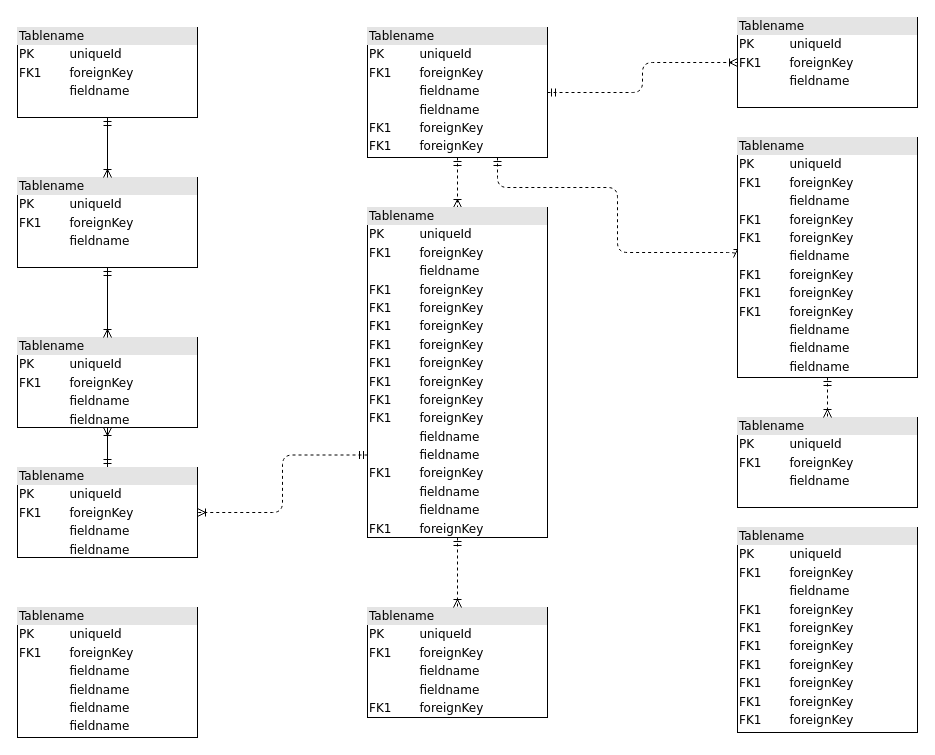
The draw.io diagram design/dbdesign.drawio in noginpavlo/julia, before the edit. Source tidied: cells renumbered, new cells numbered last; positions are measured from the earlier drawing's top-left corner, leaving out a move shared by most shapes. Both pictures are drawn from the tidied source at 100%, with x=0, y=0 at pixel (17, 17).
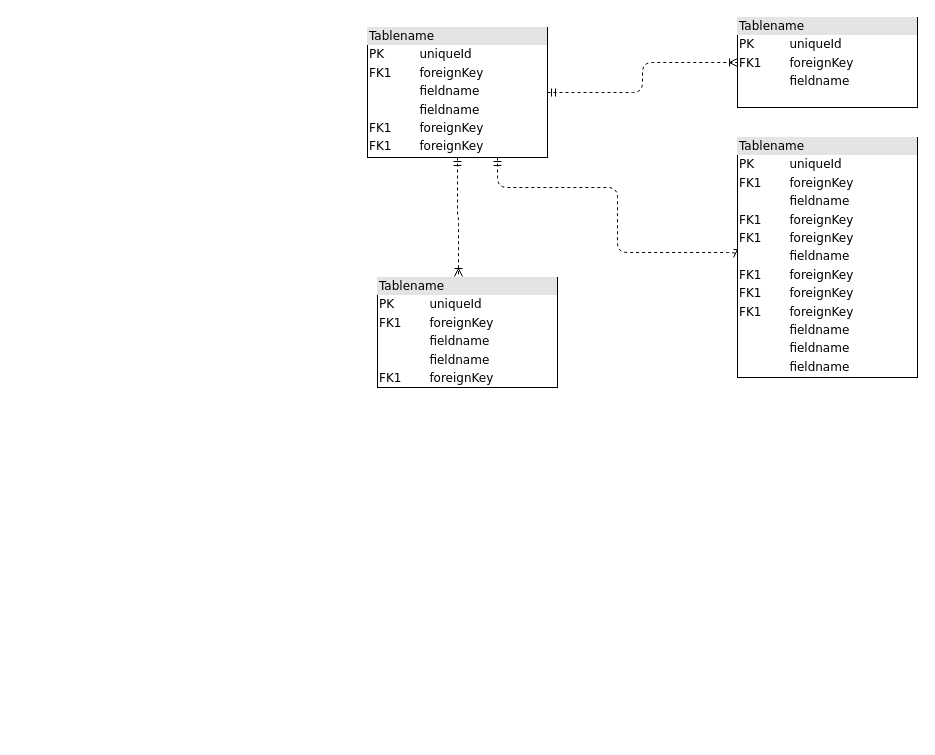
After the change.

The change refers to these unchanged cells:
```xml
<mxCell id="6" value="&lt;div style=&quot;box-sizing: border-box ; width: 100% ; background: #e4e4e4 ; padding: 2px&quot;&gt;Tablename&lt;/div&gt;&lt;table style=&quot;width: 100% ; font-size: 1em&quot; cellpadding=&quot;2&quot; cellspacing=&quot;0&quot;&gt;&lt;tbody&gt;&lt;tr&gt;&lt;td&gt;PK&lt;/td&gt;&lt;td&gt;uniqueId&lt;/td&gt;&lt;/tr&gt;&lt;tr&gt;&lt;td&gt;FK1&lt;/td&gt;&lt;td&gt;foreignKey&lt;/td&gt;&lt;/tr&gt;&lt;tr&gt;&lt;td&gt;&lt;/td&gt;&lt;td&gt;fieldname&lt;/td&gt;&lt;/tr&gt;&lt;tr&gt;&lt;td&gt;&lt;br&gt;&lt;/td&gt;&lt;td&gt;fieldname&lt;br&gt;&lt;/td&gt;&lt;/tr&gt;&lt;tr&gt;&lt;td&gt;FK1&lt;br&gt;&lt;/td&gt;&lt;td&gt;foreignKey&lt;br&gt;&lt;/td&gt;&lt;/tr&gt;&lt;tr&gt;&lt;td&gt;FK1&lt;br&gt;&lt;/td&gt;&lt;td&gt;foreignKey&lt;br&gt;&lt;/td&gt;&lt;/tr&gt;&lt;/tbody&gt;&lt;/table&gt;" style="verticalAlign=top;align=left;overflow=fill;html=1;rounded=0;shadow=0;comic=0;labelBackgroundColor=none;strokeWidth=1;fontFamily=Verdana;fontSize=12;" parent="1" vertex="1">
  <mxGeometry x="350" y="10" width="180" height="130" as="geometry" />
</mxCell>
<mxCell id="19" value="&lt;div style=&quot;box-sizing: border-box ; width: 100% ; background: #e4e4e4 ; padding: 2px&quot;&gt;Tablename&lt;/div&gt;&lt;table style=&quot;width: 100% ; font-size: 1em&quot; cellpadding=&quot;2&quot; cellspacing=&quot;0&quot;&gt;&lt;tbody&gt;&lt;tr&gt;&lt;td&gt;PK&lt;/td&gt;&lt;td&gt;uniqueId&lt;/td&gt;&lt;/tr&gt;&lt;tr&gt;&lt;td&gt;FK1&lt;/td&gt;&lt;td&gt;foreignKey&lt;/td&gt;&lt;/tr&gt;&lt;tr&gt;&lt;td&gt;&lt;/td&gt;&lt;td&gt;fieldname&lt;/td&gt;&lt;/tr&gt;&lt;tr&gt;&lt;td&gt;FK1&lt;br&gt;&lt;/td&gt;&lt;td&gt;foreignKey&lt;br&gt;&lt;/td&gt;&lt;/tr&gt;&lt;tr&gt;&lt;td&gt;FK1&lt;br&gt;&lt;/td&gt;&lt;td&gt;foreignKey&lt;br&gt;&lt;/td&gt;&lt;/tr&gt;&lt;tr&gt;&lt;td&gt;&lt;br&gt;&lt;/td&gt;&lt;td&gt;fieldname&lt;br&gt;&lt;/td&gt;&lt;/tr&gt;&lt;tr&gt;&lt;td&gt;FK1&lt;br&gt;&lt;/td&gt;&lt;td&gt;foreignKey&lt;br&gt;&lt;/td&gt;&lt;/tr&gt;&lt;tr&gt;&lt;td&gt;FK1&lt;br&gt;&lt;/td&gt;&lt;td&gt;foreignKey&lt;br&gt;&lt;/td&gt;&lt;/tr&gt;&lt;tr&gt;&lt;td&gt;FK1&lt;br&gt;&lt;/td&gt;&lt;td&gt;foreignKey&lt;br&gt;&lt;/td&gt;&lt;/tr&gt;&lt;tr&gt;&lt;td&gt;&lt;br&gt;&lt;/td&gt;&lt;td&gt;fieldname&lt;br&gt;&lt;/td&gt;&lt;/tr&gt;&lt;tr&gt;&lt;td&gt;&lt;br&gt;&lt;/td&gt;&lt;td&gt;fieldname&lt;br&gt;&lt;/td&gt;&lt;/tr&gt;&lt;tr&gt;&lt;td&gt;&lt;br&gt;&lt;/td&gt;&lt;td&gt;fieldname&lt;br&gt;&lt;/td&gt;&lt;/tr&gt;&lt;/tbody&gt;&lt;/table&gt;" style="verticalAlign=top;align=left;overflow=fill;html=1;rounded=0;shadow=0;comic=0;labelBackgroundColor=none;strokeWidth=1;fontFamily=Verdana;fontSize=12;" parent="1" vertex="1">
  <mxGeometry x="720" y="120" width="180" height="240" as="geometry" />
</mxCell>
```

The edit, as a diff of the source:
```diff
@@
-    <mxCell id="2" value="&lt;div style=&quot;box-sizing:border-box;width:100%;background:#e4e4e4;padding:2px;&quot;&gt;Tablename&lt;/div&gt;&lt;table style=&quot;width:100%;font-size:1em;&quot; cellpadding=&quot;2&quot; cellspacing=&quot;0&quot;&gt;&lt;tr&gt;&lt;td&gt;PK&lt;/td&gt;&lt;td&gt;uniqueId&lt;/td&gt;&lt;/tr&gt;&lt;tr&gt;&lt;td&gt;FK1&lt;/td&gt;&lt;td&gt;foreignKey&lt;/td&gt;&lt;/tr&gt;&lt;tr&gt;&lt;td&gt;&lt;/td&gt;&lt;td&gt;fieldname&lt;/td&gt;&lt;/tr&gt;&lt;/table&gt;" style="verticalAlign=top;align=left;overflow=fill;html=1;rounded=0;shadow=0;comic=0;labelBackgroundColor=none;strokeWidth=1;fontFamily=Verdana;fontSize=12;" parent="1" vertex="1">
-      <mxGeometry y="10" width="180" height="90" as="geometry" />
-    </mxCell>
-    <mxCell id="3" style="edgeStyle=orthogonalEdgeStyle;html=1;entryX=0.5;entryY=0;dashed=1;labelBackgroundColor=none;startArrow=ERmandOne;endArrow=ERoneToMany;fontFamily=Verdana;fontSize=12;align=left;" parent="1" edge="1" source="6" target="16">
+    <mxCell id="3" style="edgeStyle=orthogonalEdgeStyle;html=1;entryX=0.45;entryY=-0.009;dashed=1;labelBackgroundColor=none;startArrow=ERmandOne;endArrow=ERoneToMany;fontFamily=Verdana;fontSize=12;align=left;entryDx=0;entryDy=0;entryPerimeter=0;" parent="1" edge="1" source="6" target="14">
       <mxGeometry relative="1" as="geometry" />
     </mxCell>
@@
-    <mxCell id="7" style="edgeStyle=orthogonalEdgeStyle;html=1;labelBackgroundColor=none;startArrow=ERmandOne;endArrow=ERoneToMany;fontFamily=Verdana;fontSize=12;align=left;" parent="1" edge="1" source="9" target="10">
-      <mxGeometry relative="1" as="geometry" />
-    </mxCell>
-    <mxCell id="8" style="edgeStyle=orthogonalEdgeStyle;html=1;exitX=0;exitY=0.75;entryX=1;entryY=0.5;dashed=1;labelBackgroundColor=none;startArrow=ERmandOne;endArrow=ERoneToMany;fontFamily=Verdana;fontSize=12;align=left;" parent="1" edge="1" source="16" target="9">
-      <mxGeometry relative="1" as="geometry" />
-    </mxCell>
-    <mxCell id="9" value="&lt;div style=&quot;box-sizing: border-box ; width: 100% ; background: #e4e4e4 ; padding: 2px&quot;&gt;Tablename&lt;/div&gt;&lt;table style=&quot;width: 100% ; font-size: 1em&quot; cellpadding=&quot;2&quot; cellspacing=&quot;0&quot;&gt;&lt;tbody&gt;&lt;tr&gt;&lt;td&gt;PK&lt;/td&gt;&lt;td&gt;uniqueId&lt;/td&gt;&lt;/tr&gt;&lt;tr&gt;&lt;td&gt;FK1&lt;/td&gt;&lt;td&gt;foreignKey&lt;/td&gt;&lt;/tr&gt;&lt;tr&gt;&lt;td&gt;&lt;/td&gt;&lt;td&gt;fieldname&lt;/td&gt;&lt;/tr&gt;&lt;tr&gt;&lt;td&gt;&lt;br&gt;&lt;/td&gt;&lt;td&gt;fieldname&lt;br&gt;&lt;/td&gt;&lt;/tr&gt;&lt;/tbody&gt;&lt;/table&gt;" style="verticalAlign=top;align=left;overflow=fill;html=1;rounded=0;shadow=0;comic=0;labelBackgroundColor=none;strokeWidth=1;fontFamily=Verdana;fontSize=12;" parent="1" vertex="1">
-      <mxGeometry y="450" width="180" height="90" as="geometry" />
-    </mxCell>
-    <mxCell id="10" value="&lt;div style=&quot;box-sizing: border-box ; width: 100% ; background: #e4e4e4 ; padding: 2px&quot;&gt;Tablename&lt;/div&gt;&lt;table style=&quot;width: 100% ; font-size: 1em&quot; cellpadding=&quot;2&quot; cellspacing=&quot;0&quot;&gt;&lt;tbody&gt;&lt;tr&gt;&lt;td&gt;PK&lt;/td&gt;&lt;td&gt;uniqueId&lt;/td&gt;&lt;/tr&gt;&lt;tr&gt;&lt;td&gt;FK1&lt;/td&gt;&lt;td&gt;foreignKey&lt;/td&gt;&lt;/tr&gt;&lt;tr&gt;&lt;td&gt;&lt;/td&gt;&lt;td&gt;fieldname&lt;/td&gt;&lt;/tr&gt;&lt;tr&gt;&lt;td&gt;&lt;br&gt;&lt;/td&gt;&lt;td&gt;fieldname&lt;br&gt;&lt;/td&gt;&lt;/tr&gt;&lt;/tbody&gt;&lt;/table&gt;" style="verticalAlign=top;align=left;overflow=fill;html=1;rounded=0;shadow=0;comic=0;labelBackgroundColor=none;strokeWidth=1;fontFamily=Verdana;fontSize=12;" parent="1" vertex="1">
-      <mxGeometry y="320" width="180" height="90" as="geometry" />
-    </mxCell>
-    <mxCell id="11" style="edgeStyle=orthogonalEdgeStyle;html=1;entryX=0.5;entryY=0;labelBackgroundColor=none;startArrow=ERmandOne;endArrow=ERoneToMany;fontFamily=Verdana;fontSize=12;align=left;" parent="1" edge="1" source="12" target="10">
-      <mxGeometry relative="1" as="geometry" />
-    </mxCell>
-    <mxCell id="12" value="&lt;div style=&quot;box-sizing:border-box;width:100%;background:#e4e4e4;padding:2px;&quot;&gt;Tablename&lt;/div&gt;&lt;table style=&quot;width:100%;font-size:1em;&quot; cellpadding=&quot;2&quot; cellspacing=&quot;0&quot;&gt;&lt;tr&gt;&lt;td&gt;PK&lt;/td&gt;&lt;td&gt;uniqueId&lt;/td&gt;&lt;/tr&gt;&lt;tr&gt;&lt;td&gt;FK1&lt;/td&gt;&lt;td&gt;foreignKey&lt;/td&gt;&lt;/tr&gt;&lt;tr&gt;&lt;td&gt;&lt;/td&gt;&lt;td&gt;fieldname&lt;/td&gt;&lt;/tr&gt;&lt;/table&gt;" style="verticalAlign=top;align=left;overflow=fill;html=1;rounded=0;shadow=0;comic=0;labelBackgroundColor=none;strokeWidth=1;fontFamily=Verdana;fontSize=12;" parent="1" vertex="1">
-      <mxGeometry y="160" width="180" height="90" as="geometry" />
-    </mxCell>
-    <mxCell id="13" value="&lt;div style=&quot;box-sizing: border-box ; width: 100% ; background: #e4e4e4 ; padding: 2px&quot;&gt;Tablename&lt;/div&gt;&lt;table style=&quot;width: 100% ; font-size: 1em&quot; cellpadding=&quot;2&quot; cellspacing=&quot;0&quot;&gt;&lt;tbody&gt;&lt;tr&gt;&lt;td&gt;PK&lt;/td&gt;&lt;td&gt;uniqueId&lt;/td&gt;&lt;/tr&gt;&lt;tr&gt;&lt;td&gt;FK1&lt;/td&gt;&lt;td&gt;foreignKey&lt;/td&gt;&lt;/tr&gt;&lt;tr&gt;&lt;td&gt;&lt;/td&gt;&lt;td&gt;fieldname&lt;/td&gt;&lt;/tr&gt;&lt;tr&gt;&lt;td&gt;FK1&lt;br&gt;&lt;/td&gt;&lt;td&gt;foreignKey&lt;br&gt;&lt;/td&gt;&lt;/tr&gt;&lt;tr&gt;&lt;td&gt;FK1&lt;br&gt;&lt;/td&gt;&lt;td&gt;foreignKey&lt;br&gt;&lt;/td&gt;&lt;/tr&gt;&lt;tr&gt;&lt;td&gt;FK1&lt;br&gt;&lt;/td&gt;&lt;td&gt;foreignKey&lt;br&gt;&lt;/td&gt;&lt;/tr&gt;&lt;tr&gt;&lt;td&gt;FK1&lt;br&gt;&lt;/td&gt;&lt;td&gt;foreignKey&lt;br&gt;&lt;/td&gt;&lt;/tr&gt;&lt;tr&gt;&lt;td&gt;FK1&lt;br&gt;&lt;/td&gt;&lt;td&gt;foreignKey&lt;br&gt;&lt;/td&gt;&lt;/tr&gt;&lt;tr&gt;&lt;td&gt;FK1&lt;br&gt;&lt;/td&gt;&lt;td&gt;foreignKey&lt;br&gt;&lt;/td&gt;&lt;/tr&gt;&lt;tr&gt;&lt;td&gt;FK1&lt;br&gt;&lt;/td&gt;&lt;td&gt;foreignKey&lt;br&gt;&lt;/td&gt;&lt;/tr&gt;&lt;/tbody&gt;&lt;/table&gt;" style="verticalAlign=top;align=left;overflow=fill;html=1;rounded=0;shadow=0;comic=0;labelBackgroundColor=none;strokeWidth=1;fontFamily=Verdana;fontSize=12;" parent="1" vertex="1">
-      <mxGeometry x="720" y="510" width="180" height="205" as="geometry" />
-    </mxCell>
     <mxCell id="14" value="&lt;div style=&quot;box-sizing: border-box ; width: 100% ; background: #e4e4e4 ; padding: 2px&quot;&gt;Tablename&lt;/div&gt;&lt;table style=&quot;width: 100% ; font-size: 1em&quot; cellpadding=&quot;2&quot; cellspacing=&quot;0&quot;&gt;&lt;tbody&gt;&lt;tr&gt;&lt;td&gt;PK&lt;/td&gt;&lt;td&gt;uniqueId&lt;/td&gt;&lt;/tr&gt;&lt;tr&gt;&lt;td&gt;FK1&lt;/td&gt;&lt;td&gt;foreignKey&lt;/td&gt;&lt;/tr&gt;&lt;tr&gt;&lt;td&gt;&lt;/td&gt;&lt;td&gt;fieldname&lt;/td&gt;&lt;/tr&gt;&lt;tr&gt;&lt;td&gt;&lt;br&gt;&lt;/td&gt;&lt;td&gt;fieldname&lt;br&gt;&lt;/td&gt;&lt;/tr&gt;&lt;tr&gt;&lt;td&gt;FK1&lt;br&gt;&lt;/td&gt;&lt;td&gt;foreignKey&lt;br&gt;&lt;/td&gt;&lt;/tr&gt;&lt;/tbody&gt;&lt;/table&gt;" style="verticalAlign=top;align=left;overflow=fill;html=1;rounded=0;shadow=0;comic=0;labelBackgroundColor=none;strokeWidth=1;fontFamily=Verdana;fontSize=12;" parent="1" vertex="1">
-      <mxGeometry x="350" y="590" width="180" height="110" as="geometry" />
+      <mxGeometry x="360" y="260" width="180" height="110" as="geometry" />
     </mxCell>
-    <mxCell id="15" style="edgeStyle=orthogonalEdgeStyle;html=1;entryX=0.5;entryY=0;labelBackgroundColor=none;startArrow=ERmandOne;endArrow=ERoneToMany;fontFamily=Verdana;fontSize=12;align=left;dashed=1;" parent="1" edge="1" source="16" target="14">
-      <mxGeometry relative="1" as="geometry" />
-    </mxCell>
-    <mxCell id="16" value="&lt;div style=&quot;box-sizing: border-box ; width: 100% ; background: #e4e4e4 ; padding: 2px&quot;&gt;Tablename&lt;/div&gt;&lt;table style=&quot;width: 100% ; font-size: 1em&quot; cellpadding=&quot;2&quot; cellspacing=&quot;0&quot;&gt;&lt;tbody&gt;&lt;tr&gt;&lt;td&gt;PK&lt;/td&gt;&lt;td&gt;uniqueId&lt;/td&gt;&lt;/tr&gt;&lt;tr&gt;&lt;td&gt;FK1&lt;/td&gt;&lt;td&gt;foreignKey&lt;/td&gt;&lt;/tr&gt;&lt;tr&gt;&lt;td&gt;&lt;/td&gt;&lt;td&gt;fieldname&lt;/td&gt;&lt;/tr&gt;&lt;tr&gt;&lt;td&gt;FK1&lt;br&gt;&lt;/td&gt;&lt;td&gt;foreignKey&lt;br&gt;&lt;/td&gt;&lt;/tr&gt;&lt;tr&gt;&lt;td&gt;FK1&lt;br&gt;&lt;/td&gt;&lt;td&gt;foreignKey&lt;br&gt;&lt;/td&gt;&lt;/tr&gt;&lt;tr&gt;&lt;td&gt;FK1&lt;br&gt;&lt;/td&gt;&lt;td&gt;foreignKey&lt;br&gt;&lt;/td&gt;&lt;/tr&gt;&lt;tr&gt;&lt;td&gt;FK1&lt;br&gt;&lt;/td&gt;&lt;td&gt;foreignKey&lt;br&gt;&lt;/td&gt;&lt;/tr&gt;&lt;tr&gt;&lt;td&gt;FK1&lt;br&gt;&lt;/td&gt;&lt;td&gt;foreignKey&lt;br&gt;&lt;/td&gt;&lt;/tr&gt;&lt;tr&gt;&lt;td&gt;FK1&lt;br&gt;&lt;/td&gt;&lt;td&gt;foreignKey&lt;br&gt;&lt;/td&gt;&lt;/tr&gt;&lt;tr&gt;&lt;td&gt;FK1&lt;br&gt;&lt;/td&gt;&lt;td&gt;foreignKey&lt;br&gt;&lt;/td&gt;&lt;/tr&gt;&lt;tr&gt;&lt;td&gt;FK1&lt;br&gt;&lt;/td&gt;&lt;td&gt;foreignKey&lt;br&gt;&lt;/td&gt;&lt;/tr&gt;&lt;tr&gt;&lt;td&gt;&lt;br&gt;&lt;/td&gt;&lt;td&gt;fieldname&lt;br&gt;&lt;/td&gt;&lt;/tr&gt;&lt;tr&gt;&lt;td&gt;&lt;br&gt;&lt;/td&gt;&lt;td&gt;fieldname&lt;br&gt;&lt;/td&gt;&lt;/tr&gt;&lt;tr&gt;&lt;td&gt;FK1&lt;br&gt;&lt;/td&gt;&lt;td&gt;foreignKey&lt;br&gt;&lt;/td&gt;&lt;/tr&gt;&lt;tr&gt;&lt;td&gt;&lt;br&gt;&lt;/td&gt;&lt;td&gt;fieldname&lt;br&gt;&lt;/td&gt;&lt;/tr&gt;&lt;tr&gt;&lt;td&gt;&lt;br&gt;&lt;/td&gt;&lt;td&gt;fieldname&lt;br&gt;&lt;/td&gt;&lt;/tr&gt;&lt;tr&gt;&lt;td&gt;FK1&lt;br&gt;&lt;/td&gt;&lt;td&gt;foreignKey&lt;br&gt;&lt;/td&gt;&lt;/tr&gt;&lt;/tbody&gt;&lt;/table&gt;" style="verticalAlign=top;align=left;overflow=fill;html=1;rounded=0;shadow=0;comic=0;labelBackgroundColor=none;strokeWidth=1;fontFamily=Verdana;fontSize=12;" parent="1" vertex="1">
-      <mxGeometry x="350" y="190" width="180" height="330" as="geometry" />
-    </mxCell>
-    <mxCell id="17" value="&lt;div style=&quot;box-sizing:border-box;width:100%;background:#e4e4e4;padding:2px;&quot;&gt;Tablename&lt;/div&gt;&lt;table style=&quot;width:100%;font-size:1em;&quot; cellpadding=&quot;2&quot; cellspacing=&quot;0&quot;&gt;&lt;tr&gt;&lt;td&gt;PK&lt;/td&gt;&lt;td&gt;uniqueId&lt;/td&gt;&lt;/tr&gt;&lt;tr&gt;&lt;td&gt;FK1&lt;/td&gt;&lt;td&gt;foreignKey&lt;/td&gt;&lt;/tr&gt;&lt;tr&gt;&lt;td&gt;&lt;/td&gt;&lt;td&gt;fieldname&lt;/td&gt;&lt;/tr&gt;&lt;/table&gt;" style="verticalAlign=top;align=left;overflow=fill;html=1;rounded=0;shadow=0;comic=0;labelBackgroundColor=none;strokeWidth=1;fontFamily=Verdana;fontSize=12;" parent="1" vertex="1">
-      <mxGeometry x="720" y="400" width="180" height="90" as="geometry" />
-    </mxCell>
-    <mxCell id="18" style="edgeStyle=orthogonalEdgeStyle;html=1;entryX=0.5;entryY=0;dashed=1;labelBackgroundColor=none;startArrow=ERmandOne;endArrow=ERoneToMany;fontFamily=Verdana;fontSize=12;align=left;" parent="1" edge="1" source="19" target="17">
-      <mxGeometry relative="1" as="geometry" />
-    </mxCell>
@@
-    <mxCell id="21" value="&lt;div style=&quot;box-sizing: border-box ; width: 100% ; background: #e4e4e4 ; padding: 2px&quot;&gt;Tablename&lt;/div&gt;&lt;table style=&quot;width: 100% ; font-size: 1em&quot; cellpadding=&quot;2&quot; cellspacing=&quot;0&quot;&gt;&lt;tbody&gt;&lt;tr&gt;&lt;td&gt;PK&lt;/td&gt;&lt;td&gt;uniqueId&lt;/td&gt;&lt;/tr&gt;&lt;tr&gt;&lt;td&gt;FK1&lt;/td&gt;&lt;td&gt;foreignKey&lt;/td&gt;&lt;/tr&gt;&lt;tr&gt;&lt;td&gt;&lt;/td&gt;&lt;td&gt;fieldname&lt;/td&gt;&lt;/tr&gt;&lt;tr&gt;&lt;td&gt;&lt;br&gt;&lt;/td&gt;&lt;td&gt;fieldname&lt;br&gt;&lt;/td&gt;&lt;/tr&gt;&lt;tr&gt;&lt;td&gt;&lt;br&gt;&lt;/td&gt;&lt;td&gt;fieldname&lt;br&gt;&lt;/td&gt;&lt;/tr&gt;&lt;tr&gt;&lt;td&gt;&lt;br&gt;&lt;/td&gt;&lt;td&gt;fieldname&lt;br&gt;&lt;/td&gt;&lt;/tr&gt;&lt;/tbody&gt;&lt;/table&gt;" style="verticalAlign=top;align=left;overflow=fill;html=1;rounded=0;shadow=0;comic=0;labelBackgroundColor=none;strokeWidth=1;fontFamily=Verdana;fontSize=12;" parent="1" vertex="1">
-      <mxGeometry y="590" width="180" height="130" as="geometry" />
-    </mxCell>
-    <mxCell id="22" style="edgeStyle=orthogonalEdgeStyle;html=1;endArrow=ERoneToMany;startArrow=ERmandOne;labelBackgroundColor=none;fontFamily=Verdana;fontSize=12;align=left;exitX=0.5;exitY=1;entryX=0.5;entryY=0;" parent="1" edge="1" source="2" target="12">
-      <mxGeometry relative="1" as="geometry" />
-    </mxCell>
```
